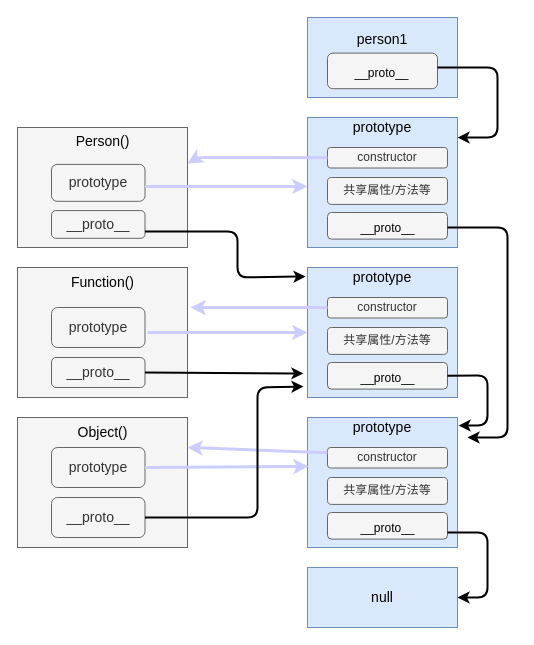
Before: 图表/原型链.drawio in qianxunyimeng/interview, a draw.io diagram. Source tidied: cells renumbered, new cells numbered last; positions are measured from the earlier drawing's top-left corner, leaving out a move shared by most shapes. Both pictures are drawn from the tidied source at 100%, with x=0, y=0 at pixel (17, 17).
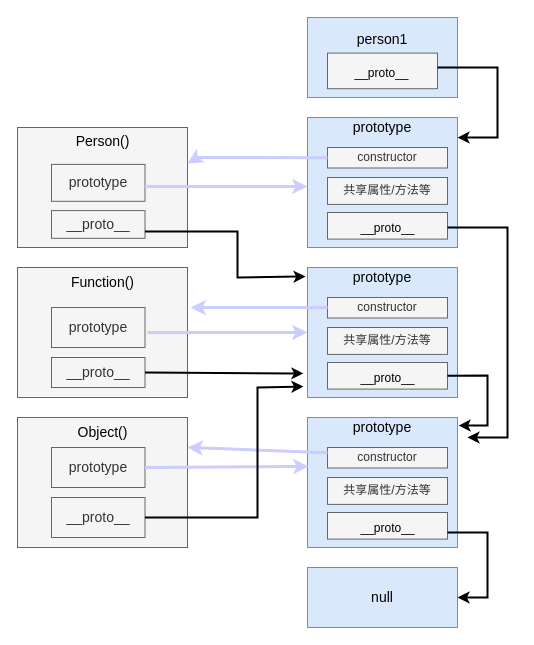
Above is the later version.

The change refers to these unchanged cells:
```xml
<mxCell id="9" style="rounded=0;whiteSpace=wrap;html=1;fontSize=12;fillColor=#dae8fc;strokeColor=#6c8ebf;rotation=0;" parent="8" vertex="1">
  <mxGeometry width="150" height="130" as="geometry" />
</mxCell>
<mxCell id="24" style="rounded=0;whiteSpace=wrap;html=1;fontSize=14;fontColor=#333333;fillColor=#f5f5f5;strokeColor=#666666;" parent="23" vertex="1">
  <mxGeometry width="170" height="130" as="geometry" />
</mxCell>
<mxCell id="35" style="rounded=0;whiteSpace=wrap;html=1;fontSize=12;fillColor=#dae8fc;strokeColor=#6c8ebf;rotation=0;" parent="34" vertex="1">
  <mxGeometry width="150" height="130" as="geometry" />
</mxCell>
<mxCell id="43" style="rounded=0;whiteSpace=wrap;html=1;fontSize=12;fillColor=#dae8fc;strokeColor=#6c8ebf;rotation=0;" parent="42" vertex="1">
  <mxGeometry width="150" height="130" as="geometry" />
</mxCell>
<mxCell id="52" value="null" style="rounded=0;whiteSpace=wrap;html=1;fontSize=14;fillColor=#dae8fc;strokeColor=#6c8ebf;fontColor=#000000;" parent="1" vertex="1">
  <mxGeometry x="290" y="550" width="150" height="60" as="geometry" />
</mxCell>
```

What changed in the source:
```diff
@@
-    <mxCell id="2" style="group;" parent="1" vertex="1">
+    <mxCell id="2" style="group;rounded=0;" parent="1" vertex="1">
       <mxGeometry x="290" width="150" height="80" as="geometry" />
     </mxCell>
@@
-    <mxCell id="4" style="group;rotation=0;" parent="2" vertex="1">
+    <mxCell id="4" style="group;rotation=0;rounded=0;" parent="2" vertex="1">
       <mxGeometry x="20" y="35.6" width="110" height="35.6" as="geometry" />
     </mxCell>
-    <mxCell id="5" style="rounded=1;whiteSpace=wrap;html=1;fontSize=12;fontColor=#333333;fillColor=#f5f5f5;strokeColor=#666666;rotation=0;" parent="4" vertex="1">
+    <mxCell id="5" style="rounded=0;whiteSpace=wrap;html=1;fontSize=12;fontColor=#333333;fillColor=#f5f5f5;strokeColor=#666666;rotation=0;" parent="4" vertex="1">
       <mxGeometry width="110" height="35.6" as="geometry" />
     </mxCell>
@@
-    <mxCell id="8" style="group;rotation=0;" parent="1" vertex="1">
+    <mxCell id="8" style="group;rotation=0;rounded=0;" parent="1" vertex="1">
       <mxGeometry x="290" y="100" width="150" height="130" as="geometry" />
     </mxCell>
@@
-    <mxCell id="11" value="constructor" style="rounded=1;whiteSpace=wrap;html=1;fontSize=12;fontColor=#333333;fillColor=#f5f5f5;strokeColor=#666666;rotation=0;" parent="8" vertex="1">
+    <mxCell id="11" value="constructor" style="rounded=0;whiteSpace=wrap;html=1;fontSize=12;fontColor=#333333;fillColor=#f5f5f5;strokeColor=#666666;rotation=0;" parent="8" vertex="1">
       <mxGeometry x="20" y="30" width="120" height="20.5" as="geometry" />
     </mxCell>
-    <mxCell id="12" value="共享属性/方法等" style="rounded=1;whiteSpace=wrap;html=1;fontSize=12;fontColor=#333333;fillColor=#f5f5f5;strokeColor=#666666;rotation=0;" parent="8" vertex="1">
+    <mxCell id="12" value="共享属性/方法等" style="rounded=0;whiteSpace=wrap;html=1;fontSize=12;fontColor=#333333;fillColor=#f5f5f5;strokeColor=#666666;rotation=0;" parent="8" vertex="1">
       <mxGeometry x="20" y="60" width="120" height="26.9" as="geometry" />
     </mxCell>
-    <mxCell id="13" style="group;rotation=0;" parent="8" vertex="1">
+    <mxCell id="13" style="group;rotation=0;rounded=0;" parent="8" vertex="1">
       <mxGeometry x="20" y="95" width="120" height="26.6" as="geometry" />
     </mxCell>
-    <mxCell id="14" style="rounded=1;whiteSpace=wrap;html=1;fontSize=12;fontColor=#333333;fillColor=#f5f5f5;strokeColor=#666666;rotation=0;" parent="13" vertex="1">
+    <mxCell id="14" style="rounded=0;whiteSpace=wrap;html=1;fontSize=12;fontColor=#333333;fillColor=#f5f5f5;strokeColor=#666666;rotation=0;" parent="13" vertex="1">
       <mxGeometry width="120" height="26.6" as="geometry" />
     </mxCell>
@@
-    <mxCell id="16" style="group;" parent="1" vertex="1">
+    <mxCell id="16" style="group;rounded=0;" parent="1" vertex="1">
       <mxGeometry y="110" width="170" height="120" as="geometry" />
     </mxCell>
@@
-    <mxCell id="19" value="prototype" style="rounded=1;whiteSpace=wrap;html=1;fontSize=14;fontColor=#333333;fillColor=#f5f5f5;strokeColor=#666666;" parent="16" vertex="1">
+    <mxCell id="19" value="prototype" style="rounded=0;whiteSpace=wrap;html=1;fontSize=14;fontColor=#333333;fillColor=#f5f5f5;strokeColor=#666666;" parent="16" vertex="1">
       <mxGeometry x="34" y="36.9" width="93.5" height="36.9" as="geometry" />
     </mxCell>
-    <mxCell id="20" value="__proto__" style="rounded=1;whiteSpace=wrap;html=1;fontSize=14;fontColor=#333333;fillColor=#f5f5f5;strokeColor=#666666;" parent="16" vertex="1">
+    <mxCell id="20" value="__proto__" style="rounded=0;whiteSpace=wrap;html=1;fontSize=14;fontColor=#333333;fillColor=#f5f5f5;strokeColor=#666666;" parent="16" vertex="1">
       <mxGeometry x="34" y="83.1" width="93.5" height="27.7" as="geometry" />
     </mxCell>
-    <mxCell id="21" style="endArrow=classic;html=1;strokeColor=#CCCCFF;strokeWidth=3;fontSize=14;fontColor=#000000;exitX=0;exitY=0.5;exitDx=0;exitDy=0;" parent="16" edge="1" source="11">
+    <mxCell id="21" style="endArrow=classic;html=1;strokeColor=#CCCCFF;strokeWidth=3;fontSize=14;fontColor=#000000;exitX=0;exitY=0.5;exitDx=0;exitDy=0;rounded=0;" parent="16" edge="1" source="11">
       <mxGeometry relative="1" as="geometry">
         <mxPoint x="170" y="36" as="targetPoint" />
         <Array as="points">
           <mxPoint x="180" y="30" />
         </Array>
       </mxGeometry>
     </mxCell>
-    <mxCell id="22" style="endArrow=classic;html=1;fontSize=14;fontColor=#000000;strokeColor=#000000;entryX=1;entryY=0.154;entryDx=0;entryDy=0;entryPerimeter=0;strokeWidth=2;" parent="1" edge="1" target="9">
+    <mxCell id="22" style="endArrow=classic;html=1;fontSize=14;fontColor=#000000;strokeColor=#000000;entryX=1;entryY=0.154;entryDx=0;entryDy=0;entryPerimeter=0;strokeWidth=2;rounded=0;" parent="1" edge="1" target="9">
       <mxGeometry relative="1" as="geometry">
         <mxPoint x="420" y="50" as="sourcePoint" />
         <Array as="points">
           <mxPoint x="480" y="50" />
           <mxPoint x="480" y="90" />
           <mxPoint x="480" y="120" />
         </Array>
       </mxGeometry>
     </mxCell>
-    <mxCell id="23" style="group;" parent="1" vertex="1">
+    <mxCell id="23" style="group;rounded=0;" parent="1" vertex="1">
       <mxGeometry y="250" width="170" height="130" as="geometry" />
     </mxCell>
@@
-    <mxCell id="26" value="prototype" style="rounded=1;whiteSpace=wrap;html=1;fontSize=14;fontColor=#333333;fillColor=#f5f5f5;strokeColor=#666666;" parent="23" vertex="1">
+    <mxCell id="26" value="prototype" style="rounded=0;whiteSpace=wrap;html=1;fontSize=14;fontColor=#333333;fillColor=#f5f5f5;strokeColor=#666666;" parent="23" vertex="1">
       <mxGeometry x="34" y="40" width="93.5" height="40" as="geometry" />
     </mxCell>
-    <mxCell id="27" value="__proto__" style="rounded=1;whiteSpace=wrap;html=1;fontSize=14;fontColor=#333333;fillColor=#f5f5f5;strokeColor=#666666;" parent="23" vertex="1">
+    <mxCell id="27" value="__proto__" style="rounded=0;whiteSpace=wrap;html=1;fontSize=14;fontColor=#333333;fillColor=#f5f5f5;strokeColor=#666666;" parent="23" vertex="1">
       <mxGeometry x="34" y="90" width="93.5" height="30" as="geometry" />
     </mxCell>
-    <mxCell id="28" style="group;" parent="1" vertex="1">
+    <mxCell id="28" style="group;rounded=0;" parent="1" vertex="1">
       <mxGeometry y="400" width="170" height="130" as="geometry" />
     </mxCell>
@@
-    <mxCell id="31" value="prototype" style="rounded=1;whiteSpace=wrap;html=1;fontSize=14;fontColor=#333333;fillColor=#f5f5f5;strokeColor=#666666;" parent="28" vertex="1">
+    <mxCell id="31" value="prototype" style="rounded=0;whiteSpace=wrap;html=1;fontSize=14;fontColor=#333333;fillColor=#f5f5f5;strokeColor=#666666;" parent="28" vertex="1">
       <mxGeometry x="34" y="30" width="93.5" height="40" as="geometry" />
     </mxCell>
-    <mxCell id="32" value="__proto__" style="rounded=1;whiteSpace=wrap;html=1;fontSize=14;fontColor=#333333;fillColor=#f5f5f5;strokeColor=#666666;" parent="28" vertex="1">
+    <mxCell id="32" value="__proto__" style="rounded=0;whiteSpace=wrap;html=1;fontSize=14;fontColor=#333333;fillColor=#f5f5f5;strokeColor=#666666;" parent="28" vertex="1">
       <mxGeometry x="34" y="80" width="93.5" height="40" as="geometry" />
     </mxCell>
-    <mxCell id="33" style="endArrow=classic;html=1;strokeColor=#CCCCFF;strokeWidth=3;fontSize=14;fontColor=#000000;exitX=1;exitY=0.598;exitDx=0;exitDy=0;exitPerimeter=0;" parent="1" edge="1" source="19">
+    <mxCell id="33" style="endArrow=classic;html=1;strokeColor=#CCCCFF;strokeWidth=3;fontSize=14;fontColor=#000000;exitX=1;exitY=0.598;exitDx=0;exitDy=0;exitPerimeter=0;rounded=0;" parent="1" edge="1" source="19">
       <mxGeometry relative="1" as="geometry">
         <mxPoint x="290" y="169" as="targetPoint" />
       </mxGeometry>
     </mxCell>
-    <mxCell id="34" style="group;rotation=0;" parent="1" vertex="1">
+    <mxCell id="34" style="group;rotation=0;rounded=0;" parent="1" vertex="1">
       <mxGeometry x="290" y="250" width="150" height="130" as="geometry" />
     </mxCell>
@@
-    <mxCell id="37" value="constructor" style="rounded=1;whiteSpace=wrap;html=1;fontSize=12;fontColor=#333333;fillColor=#f5f5f5;strokeColor=#666666;rotation=0;" parent="34" vertex="1">
+    <mxCell id="37" value="constructor" style="rounded=0;whiteSpace=wrap;html=1;fontSize=12;fontColor=#333333;fillColor=#f5f5f5;strokeColor=#666666;rotation=0;" parent="34" vertex="1">
       <mxGeometry x="20" y="30" width="120" height="20.5" as="geometry" />
     </mxCell>
-    <mxCell id="38" value="共享属性/方法等" style="rounded=1;whiteSpace=wrap;html=1;fontSize=12;fontColor=#333333;fillColor=#f5f5f5;strokeColor=#666666;rotation=0;" parent="34" vertex="1">
+    <mxCell id="38" value="共享属性/方法等" style="rounded=0;whiteSpace=wrap;html=1;fontSize=12;fontColor=#333333;fillColor=#f5f5f5;strokeColor=#666666;rotation=0;" parent="34" vertex="1">
       <mxGeometry x="20" y="60" width="120" height="26.9" as="geometry" />
     </mxCell>
-    <mxCell id="39" style="group;rotation=0;" parent="34" vertex="1">
+    <mxCell id="39" style="group;rotation=0;rounded=0;" parent="34" vertex="1">
       <mxGeometry x="20" y="95" width="120" height="26.6" as="geometry" />
     </mxCell>
-    <mxCell id="40" style="rounded=1;whiteSpace=wrap;html=1;fontSize=12;fontColor=#333333;fillColor=#f5f5f5;strokeColor=#666666;rotation=0;" parent="39" vertex="1">
+    <mxCell id="40" style="rounded=0;whiteSpace=wrap;html=1;fontSize=12;fontColor=#333333;fillColor=#f5f5f5;strokeColor=#666666;rotation=0;" parent="39" vertex="1">
       <mxGeometry width="120" height="26.6" as="geometry" />
     </mxCell>
@@
-    <mxCell id="42" style="group;rotation=0;" parent="1" vertex="1">
+    <mxCell id="42" style="group;rotation=0;rounded=0;" parent="1" vertex="1">
       <mxGeometry x="290" y="400" width="150" height="130" as="geometry" />
     </mxCell>
@@
-    <mxCell id="45" value="constructor" style="rounded=1;whiteSpace=wrap;html=1;fontSize=12;fontColor=#333333;fillColor=#f5f5f5;strokeColor=#666666;rotation=0;" parent="42" vertex="1">
+    <mxCell id="45" value="constructor" style="rounded=0;whiteSpace=wrap;html=1;fontSize=12;fontColor=#333333;fillColor=#f5f5f5;strokeColor=#666666;rotation=0;" parent="42" vertex="1">
       <mxGeometry x="20" y="30" width="120" height="20.5" as="geometry" />
     </mxCell>
-    <mxCell id="46" value="共享属性/方法等" style="rounded=1;whiteSpace=wrap;html=1;fontSize=12;fontColor=#333333;fillColor=#f5f5f5;strokeColor=#666666;rotation=0;" parent="42" vertex="1">
+    <mxCell id="46" value="共享属性/方法等" style="rounded=0;whiteSpace=wrap;html=1;fontSize=12;fontColor=#333333;fillColor=#f5f5f5;strokeColor=#666666;rotation=0;" parent="42" vertex="1">
       <mxGeometry x="20" y="60" width="120" height="26.9" as="geometry" />
     </mxCell>
-    <mxCell id="47" style="group;rotation=0;" parent="42" vertex="1">
+    <mxCell id="47" style="group;rotation=0;rounded=0;" parent="42" vertex="1">
       <mxGeometry x="20" y="95" width="120" height="26.6" as="geometry" />
     </mxCell>
-    <mxCell id="48" style="rounded=1;whiteSpace=wrap;html=1;fontSize=12;fontColor=#333333;fillColor=#f5f5f5;strokeColor=#666666;rotation=0;" parent="47" vertex="1">
+    <mxCell id="48" style="rounded=0;whiteSpace=wrap;html=1;fontSize=12;fontColor=#333333;fillColor=#f5f5f5;strokeColor=#666666;rotation=0;" parent="47" vertex="1">
       <mxGeometry width="120" height="26.6" as="geometry" />
     </mxCell>
@@
-    <mxCell id="50" style="endArrow=classic;html=1;strokeColor=#000000;strokeWidth=2;fontSize=14;fontColor=#000000;" parent="1" edge="1">
+    <mxCell id="50" style="endArrow=classic;html=1;strokeColor=#000000;strokeWidth=2;fontSize=14;fontColor=#000000;rounded=0;" parent="1" edge="1">
       <mxGeometry relative="1" as="geometry">
         <mxPoint x="430" y="210" as="sourcePoint" />
         <mxPoint x="450" y="420" as="targetPoint" />
         <Array as="points">
           <mxPoint x="490" y="210" />
           <mxPoint x="490" y="420" />
         </Array>
       </mxGeometry>
     </mxCell>
-    <mxCell id="51" style="endArrow=classic;html=1;strokeColor=#000000;strokeWidth=2;fontSize=14;fontColor=#000000;entryX=1.007;entryY=0.062;entryDx=0;entryDy=0;entryPerimeter=0;exitX=1;exitY=0.5;exitDx=0;exitDy=0;" parent="1" edge="1" source="40" target="43">
+    <mxCell id="51" style="endArrow=classic;html=1;strokeColor=#000000;strokeWidth=2;fontSize=14;fontColor=#000000;entryX=1.007;entryY=0.062;entryDx=0;entryDy=0;entryPerimeter=0;exitX=1;exitY=0.5;exitDx=0;exitDy=0;rounded=0;" parent="1" edge="1" source="40" target="43">
       <mxGeometry relative="1" as="geometry">
         <Array as="points">
           <mxPoint x="470" y="358" />
           <mxPoint x="470" y="408" />
         </Array>
       </mxGeometry>
     </mxCell>
@@
-    <mxCell id="53" style="endArrow=classic;html=1;strokeColor=#000000;strokeWidth=2;fontSize=14;fontColor=#000000;exitX=1;exitY=0.75;exitDx=0;exitDy=0;entryX=1;entryY=0.5;entryDx=0;entryDy=0;" parent="1" edge="1" source="48" target="52">
+    <mxCell id="53" style="endArrow=classic;html=1;strokeColor=#000000;strokeWidth=2;fontSize=14;fontColor=#000000;exitX=1;exitY=0.75;exitDx=0;exitDy=0;entryX=1;entryY=0.5;entryDx=0;entryDy=0;rounded=0;" parent="1" edge="1" source="48" target="52">
       <mxGeometry relative="1" as="geometry">
         <Array as="points">
           <mxPoint x="470" y="515" />
           <mxPoint x="470" y="580" />
         </Array>
       </mxGeometry>
     </mxCell>
-    <mxCell id="54" style="endArrow=classic;html=1;strokeColor=#000000;strokeWidth=2;fontSize=14;fontColor=#000000;exitX=1;exitY=0.75;exitDx=0;exitDy=0;entryX=-0.013;entryY=0.069;entryDx=0;entryDy=0;entryPerimeter=0;" parent="1" edge="1" source="20" target="35">
+    <mxCell id="54" style="endArrow=classic;html=1;strokeColor=#000000;strokeWidth=2;fontSize=14;fontColor=#000000;exitX=1;exitY=0.75;exitDx=0;exitDy=0;entryX=-0.013;entryY=0.069;entryDx=0;entryDy=0;entryPerimeter=0;rounded=0;" parent="1" edge="1" source="20" target="35">
       <mxGeometry relative="1" as="geometry">
         <Array as="points">
           <mxPoint x="220" y="214" />
           <mxPoint x="220" y="260" />
         </Array>
       </mxGeometry>
     </mxCell>
-    <mxCell id="55" style="endArrow=classic;html=1;strokeColor=#CCCCFF;strokeWidth=3;fontSize=14;fontColor=#000000;entryX=1.018;entryY=0.308;entryDx=0;entryDy=0;entryPerimeter=0;" parent="1" edge="1" target="24">
+    <mxCell id="55" style="endArrow=classic;html=1;strokeColor=#CCCCFF;strokeWidth=3;fontSize=14;fontColor=#000000;entryX=1.018;entryY=0.308;entryDx=0;entryDy=0;entryPerimeter=0;rounded=0;" parent="1" edge="1" target="24">
       <mxGeometry relative="1" as="geometry">
         <mxPoint x="310" y="290" as="sourcePoint" />
       </mxGeometry>
     </mxCell>
-    <mxCell id="56" style="endArrow=classic;html=1;strokeColor=#CCCCFF;strokeWidth=3;fontSize=14;fontColor=#000000;" parent="1" edge="1" target="35">
+    <mxCell id="56" style="endArrow=classic;html=1;strokeColor=#CCCCFF;strokeWidth=3;fontSize=14;fontColor=#000000;rounded=0;" parent="1" edge="1" target="35">
       <mxGeometry relative="1" as="geometry">
         <mxPoint x="130" y="315" as="sourcePoint" />
       </mxGeometry>
     </mxCell>
-    <mxCell id="57" style="endArrow=classic;html=1;strokeColor=#000000;strokeWidth=2;fontSize=14;fontColor=#000000;exitX=1;exitY=0.5;exitDx=0;exitDy=0;entryX=-0.027;entryY=0.815;entryDx=0;entryDy=0;entryPerimeter=0;" parent="1" edge="1" source="27" target="35">
+    <mxCell id="57" style="endArrow=classic;html=1;strokeColor=#000000;strokeWidth=2;fontSize=14;fontColor=#000000;exitX=1;exitY=0.5;exitDx=0;exitDy=0;entryX=-0.027;entryY=0.815;entryDx=0;entryDy=0;entryPerimeter=0;rounded=0;" parent="1" edge="1" source="27" target="35">
       <mxGeometry relative="1" as="geometry" />
     </mxCell>
-    <mxCell id="58" style="endArrow=classic;html=1;strokeColor=#CCCCFF;strokeWidth=3;fontSize=14;fontColor=#000000;exitX=0;exitY=0.25;exitDx=0;exitDy=0;" parent="1" edge="1" source="45">
+    <mxCell id="58" style="endArrow=classic;html=1;strokeColor=#CCCCFF;strokeWidth=3;fontSize=14;fontColor=#000000;exitX=0;exitY=0.25;exitDx=0;exitDy=0;rounded=0;" parent="1" edge="1" source="45">
       <mxGeometry relative="1" as="geometry">
         <mxPoint x="170" y="430" as="targetPoint" />
       </mxGeometry>
     </mxCell>
-    <mxCell id="59" style="endArrow=classic;html=1;strokeColor=#CCCCFF;strokeWidth=3;fontSize=14;fontColor=#000000;exitX=1;exitY=0.5;exitDx=0;exitDy=0;entryX=0.007;entryY=0.377;entryDx=0;entryDy=0;entryPerimeter=0;" parent="1" edge="1" source="31" target="43">
+    <mxCell id="59" style="endArrow=classic;html=1;strokeColor=#CCCCFF;strokeWidth=3;fontSize=14;fontColor=#000000;exitX=1;exitY=0.5;exitDx=0;exitDy=0;entryX=0.007;entryY=0.377;entryDx=0;entryDy=0;entryPerimeter=0;rounded=0;" parent="1" edge="1" source="31" target="43">
       <mxGeometry relative="1" as="geometry" />
     </mxCell>
-    <mxCell id="60" style="endArrow=classic;html=1;strokeColor=#000000;strokeWidth=2;fontSize=14;fontColor=#000000;exitX=1;exitY=0.5;exitDx=0;exitDy=0;entryX=-0.027;entryY=0.915;entryDx=0;entryDy=0;entryPerimeter=0;" parent="1" edge="1" source="32" target="35">
+    <mxCell id="60" style="endArrow=classic;html=1;strokeColor=#000000;strokeWidth=2;fontSize=14;fontColor=#000000;exitX=1;exitY=0.5;exitDx=0;exitDy=0;entryX=-0.027;entryY=0.915;entryDx=0;entryDy=0;entryPerimeter=0;rounded=0;" parent="1" edge="1" source="32" target="35">
       <mxGeometry relative="1" as="geometry">
         <Array as="points">
           <mxPoint x="240" y="500" />
           <mxPoint x="240" y="370" />
         </Array>
       </mxGeometry>
     </mxCell>
```
